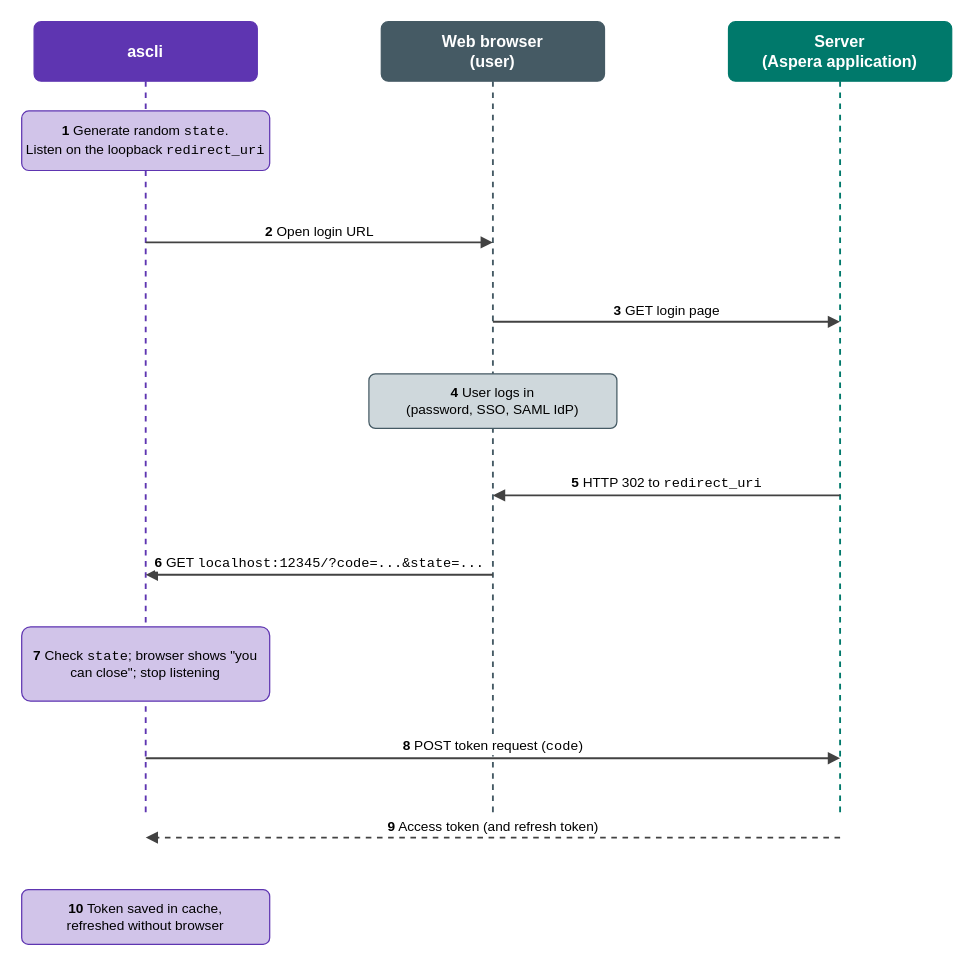
Above: docs/login-flow.drawio in IBM/aspera-cli (draw.io), before the change. Source tidied: cells renumbered, new cells numbered last; positions are measured from the earlier drawing's top-left corner, leaving out a move shared by most shapes. Both pictures are drawn from the tidied source at 124%, with x=0, y=0 at pixel (21, 21).
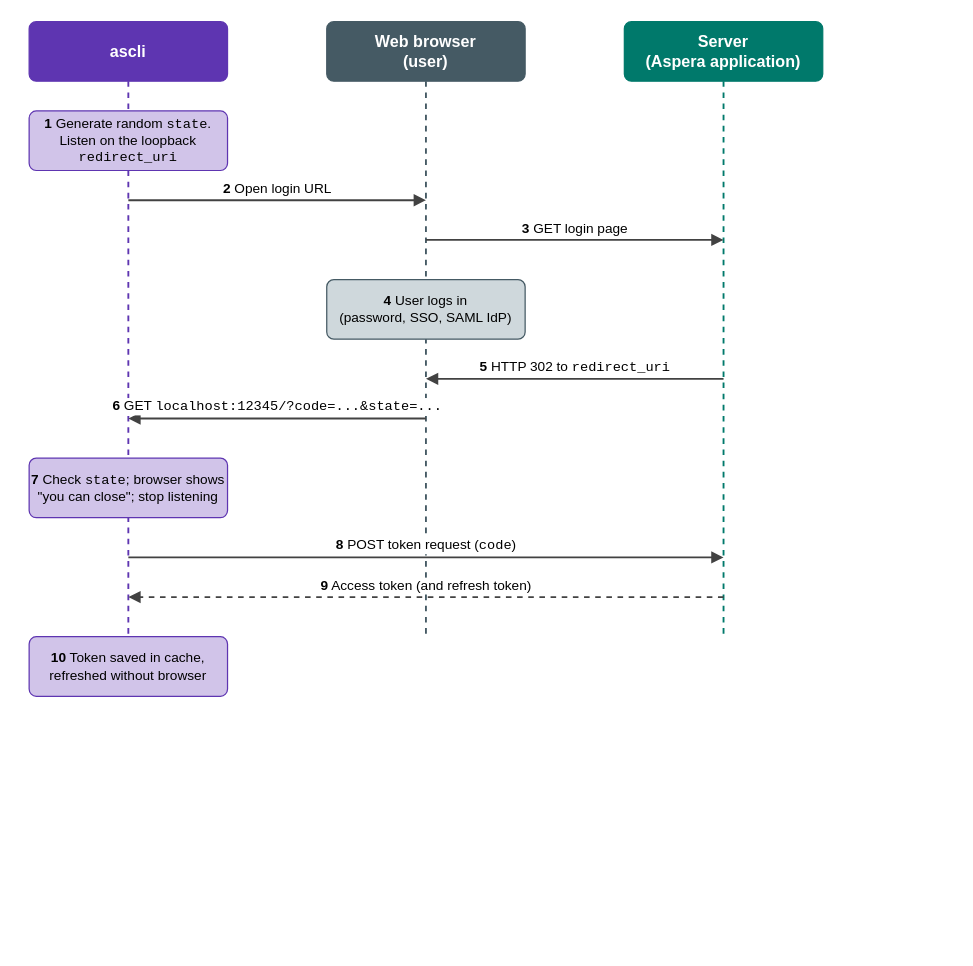
Above is the later version.

Diff of the diagram source:
```diff
@@
     <mxCell id="2" value="&lt;b&gt;ascli&lt;/b&gt;" style="rounded=1;arcSize=12;html=1;whiteSpace=wrap;fontSize=13;fillColor=#5E35B1;strokeColor=#5E35B1;fontColor=#FFFFFF;" parent="1" vertex="1">
-      <mxGeometry x="10" width="180" height="48" as="geometry" />
+      <mxGeometry x="6" width="160" height="48" as="geometry" />
     </mxCell>
-    <mxCell id="3" style="endArrow=none;dashed=1;html=1;strokeColor=#5E35B1;strokeWidth=1.5;" parent="1" edge="1">
-      <mxGeometry relative="1" as="geometry">
-        <mxPoint x="100" y="48" as="sourcePoint" />
-        <mxPoint x="100" y="640" as="targetPoint" />
-      </mxGeometry>
+    <mxCell id="3" style="endArrow=none;dashed=1;html=1;strokeColor=#5E35B1;strokeWidth=1.5;entryX=0.5;entryY=0;entryDx=0;entryDy=0;exitX=0.5;exitY=1;exitDx=0;exitDy=0;" parent="1" edge="1" source="2" target="17">
+      <mxGeometry relative="1" as="geometry" />
     </mxCell>
     <mxCell id="4" value="&lt;b&gt;Web browser&lt;br&gt;(user)&lt;/b&gt;" style="rounded=1;arcSize=12;html=1;whiteSpace=wrap;fontSize=13;fillColor=#455A64;strokeColor=#455A64;fontColor=#FFFFFF;" parent="1" vertex="1">
-      <mxGeometry x="290" width="180" height="48" as="geometry" />
+      <mxGeometry x="246" width="160" height="48" as="geometry" />
     </mxCell>
-    <mxCell id="5" style="endArrow=none;dashed=1;html=1;strokeColor=#455A64;strokeWidth=1.5;" parent="1" edge="1">
+    <mxCell id="5" style="endArrow=none;dashed=1;html=1;strokeColor=#455A64;strokeWidth=1.5;exitX=0.5;exitY=1;exitDx=0;exitDy=0;" parent="1" edge="1" source="4">
       <mxGeometry relative="1" as="geometry">
-        <mxPoint x="380" y="48" as="sourcePoint" />
-        <mxPoint x="380" y="640" as="targetPoint" />
+        <mxPoint x="326" y="496" as="targetPoint" />
       </mxGeometry>
     </mxCell>
     <mxCell id="6" value="&lt;b&gt;Server&lt;br&gt;(Aspera application)&lt;/b&gt;" style="rounded=1;arcSize=12;html=1;whiteSpace=wrap;fontSize=13;fillColor=#00796B;strokeColor=#00796B;fontColor=#FFFFFF;" parent="1" vertex="1">
-      <mxGeometry x="570" width="180" height="48" as="geometry" />
+      <mxGeometry x="486" width="160" height="48" as="geometry" />
     </mxCell>
-    <mxCell id="7" style="endArrow=none;dashed=1;html=1;strokeColor=#00796B;strokeWidth=1.5;" parent="1" edge="1">
+    <mxCell id="7" style="endArrow=none;dashed=1;html=1;strokeColor=#00796B;strokeWidth=1.5;exitX=0.5;exitY=1;exitDx=0;exitDy=0;" parent="1" edge="1" source="6">
       <mxGeometry relative="1" as="geometry">
-        <mxPoint x="660" y="48" as="sourcePoint" />
-        <mxPoint x="660" y="640" as="targetPoint" />
+        <mxPoint x="566" y="496" as="targetPoint" />
       </mxGeometry>
     </mxCell>
     <mxCell id="8" value="&lt;b&gt;1&lt;/b&gt; Generate random &lt;font face=&quot;Courier New&quot;&gt;state&lt;/font&gt;.&lt;br&gt;Listen on the loopback &lt;font face=&quot;Courier New&quot;&gt;redirect_uri&lt;/font&gt;" style="rounded=1;arcSize=12;whiteSpace=wrap;html=1;fontSize=11;fillColor=#D1C4E9;strokeColor=#5E35B1;fontColor=#000000;" parent="1" vertex="1">
-      <mxGeometry y="72" width="200" height="48" as="geometry" />
+      <mxGeometry x="6" y="72" width="160" height="48" as="geometry" />
     </mxCell>
     <mxCell id="9" value="&lt;b&gt;2&lt;/b&gt; Open login URL" style="endArrow=block;endFill=1;html=1;strokeColor=#424242;strokeWidth=1.5;fontSize=11;labelBackgroundColor=#FFFFFF;verticalAlign=bottom;" parent="1" edge="1">
       <mxGeometry relative="1" as="geometry">
-        <mxPoint x="100" y="178" as="sourcePoint" />
-        <mxPoint x="380" y="178" as="targetPoint" />
+        <mxPoint x="86" y="144" as="sourcePoint" />
+        <mxPoint x="326" y="144" as="targetPoint" />
       </mxGeometry>
     </mxCell>
     <mxCell id="10" value="&lt;b&gt;3&lt;/b&gt; GET login page" style="endArrow=block;endFill=1;html=1;strokeColor=#424242;strokeWidth=1.5;fontSize=11;labelBackgroundColor=#FFFFFF;verticalAlign=bottom;" parent="1" edge="1">
       <mxGeometry relative="1" as="geometry">
-        <mxPoint x="380" y="242" as="sourcePoint" />
-        <mxPoint x="660" y="242" as="targetPoint" />
+        <mxPoint x="326" y="176" as="sourcePoint" />
+        <mxPoint x="566" y="176" as="targetPoint" />
       </mxGeometry>
     </mxCell>
     <mxCell id="11" value="&lt;b&gt;4&lt;/b&gt; User logs in&lt;br&gt;(password, SSO, SAML IdP)" style="rounded=1;arcSize=12;whiteSpace=wrap;html=1;fontSize=11;fillColor=#CFD8DC;strokeColor=#455A64;fontColor=#000000;" parent="1" vertex="1">
-      <mxGeometry x="280" y="284" width="200" height="44" as="geometry" />
+      <mxGeometry x="246" y="208" width="160" height="48" as="geometry" />
     </mxCell>
     <mxCell id="12" value="&lt;b&gt;5&lt;/b&gt; HTTP 302 to &lt;font face=&quot;Courier New&quot;&gt;redirect_uri&lt;/font&gt;" style="endArrow=block;endFill=1;html=1;strokeColor=#424242;strokeWidth=1.5;fontSize=11;labelBackgroundColor=#FFFFFF;verticalAlign=bottom;" parent="1" edge="1">
       <mxGeometry relative="1" as="geometry">
-        <mxPoint x="660" y="382" as="sourcePoint" />
-        <mxPoint x="380" y="382" as="targetPoint" />
+        <mxPoint x="566" y="288" as="sourcePoint" />
+        <mxPoint x="326" y="288" as="targetPoint" />
       </mxGeometry>
     </mxCell>
     <mxCell id="13" value="&lt;b&gt;6&lt;/b&gt; GET &lt;font face=&quot;Courier New&quot;&gt;localhost:12345/?code=...&amp;amp;state=...&lt;/font&gt;" style="endArrow=block;endFill=1;html=1;strokeColor=#424242;strokeWidth=1.5;fontSize=11;labelBackgroundColor=#FFFFFF;verticalAlign=bottom;" parent="1" edge="1">
       <mxGeometry relative="1" as="geometry">
-        <mxPoint x="380" y="446" as="sourcePoint" />
-        <mxPoint x="100" y="446" as="targetPoint" />
+        <mxPoint x="326" y="320" as="sourcePoint" />
+        <mxPoint x="86" y="320" as="targetPoint" />
       </mxGeometry>
     </mxCell>
     <mxCell id="14" value="&lt;b&gt;7&lt;/b&gt; Check &lt;font face=&quot;Courier New&quot;&gt;state&lt;/font&gt;; browser shows &quot;you can close&quot;; stop listening" style="rounded=1;arcSize=12;whiteSpace=wrap;html=1;fontSize=11;fillColor=#D1C4E9;strokeColor=#5E35B1;fontColor=#000000;" parent="1" vertex="1">
-      <mxGeometry y="488" width="200" height="60" as="geometry" />
+      <mxGeometry x="6" y="352" width="160" height="48" as="geometry" />
     </mxCell>
     <mxCell id="15" value="&lt;b&gt;8&lt;/b&gt; POST token request (&lt;font face=&quot;Courier New&quot;&gt;code&lt;/font&gt;)" style="endArrow=block;endFill=1;html=1;strokeColor=#424242;strokeWidth=1.5;fontSize=11;labelBackgroundColor=#FFFFFF;verticalAlign=bottom;" parent="1" edge="1">
       <mxGeometry relative="1" as="geometry">
-        <mxPoint x="100" y="594" as="sourcePoint" />
-        <mxPoint x="660" y="594" as="targetPoint" />
+        <mxPoint x="86" y="432" as="sourcePoint" />
+        <mxPoint x="566" y="432" as="targetPoint" />
       </mxGeometry>
     </mxCell>
     <mxCell id="16" value="&lt;b&gt;9&lt;/b&gt; Access token (and refresh token)" style="endArrow=block;endFill=1;html=1;strokeColor=#424242;strokeWidth=1.5;fontSize=11;labelBackgroundColor=#FFFFFF;verticalAlign=bottom;dashed=1;" parent="1" edge="1">
       <mxGeometry relative="1" as="geometry">
-        <mxPoint x="660" y="658" as="sourcePoint" />
-        <mxPoint x="100" y="658" as="targetPoint" />
+        <mxPoint x="566" y="464" as="sourcePoint" />
+        <mxPoint x="86" y="464" as="targetPoint" />
       </mxGeometry>
     </mxCell>
     <mxCell id="17" value="&lt;b&gt;10&lt;/b&gt; Token saved in cache,&lt;br&gt;refreshed without browser" style="rounded=1;arcSize=12;whiteSpace=wrap;html=1;fontSize=11;fillColor=#D1C4E9;strokeColor=#5E35B1;fontColor=#000000;" parent="1" vertex="1">
-      <mxGeometry y="700" width="200" height="44" as="geometry" />
+      <mxGeometry x="6" y="496" width="160" height="48" as="geometry" />
     </mxCell>
```
